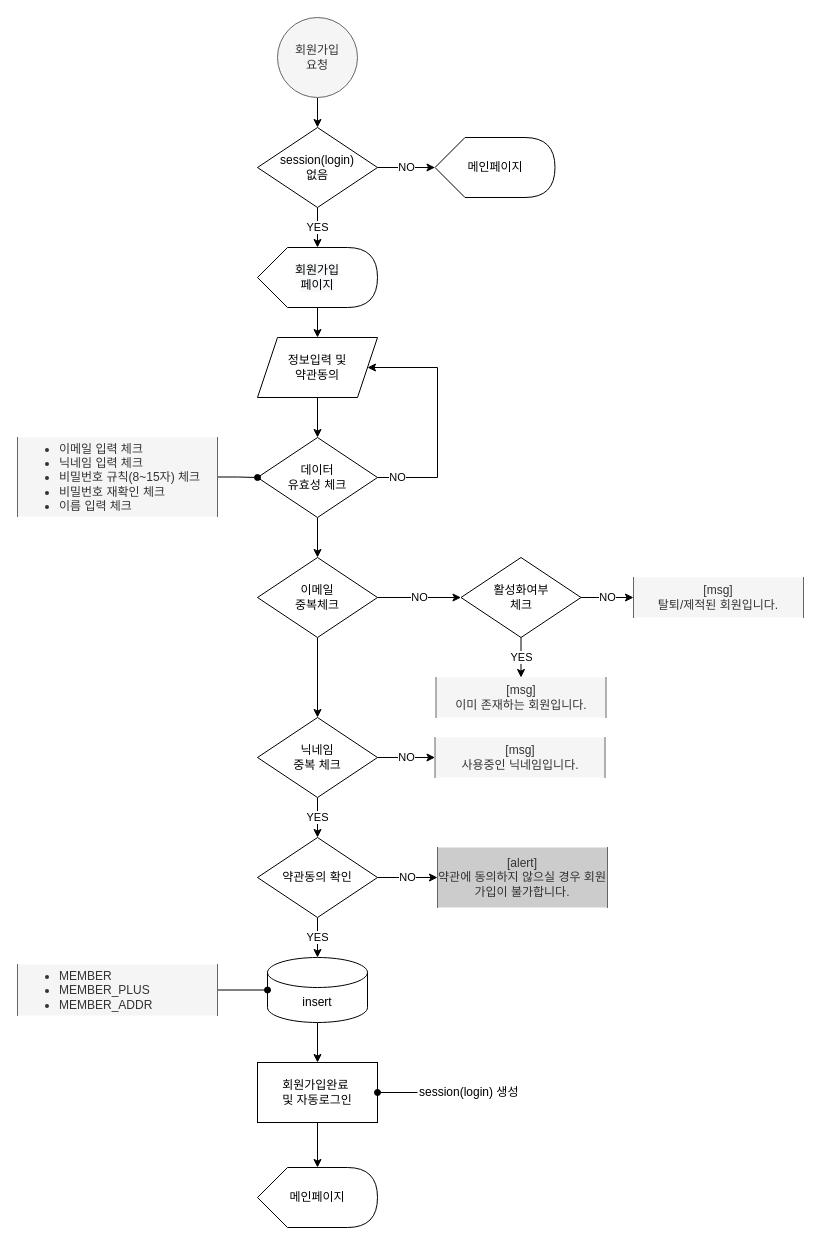
hjkim27/TEAM_Project keeps this draw.io diagram as page "회원가입" (1 of 8) of 설계/데이터흐름도/회원 flowchart(혜진).drawio. Above is the earlier version. Source tidied: cells renumbered, new cells numbered last; positions are measured from the earlier drawing's top-left corner, leaving out a move shared by most shapes. Both pictures are drawn from the tidied source at 100%, with x=0, y=0 at pixel (17, 17).
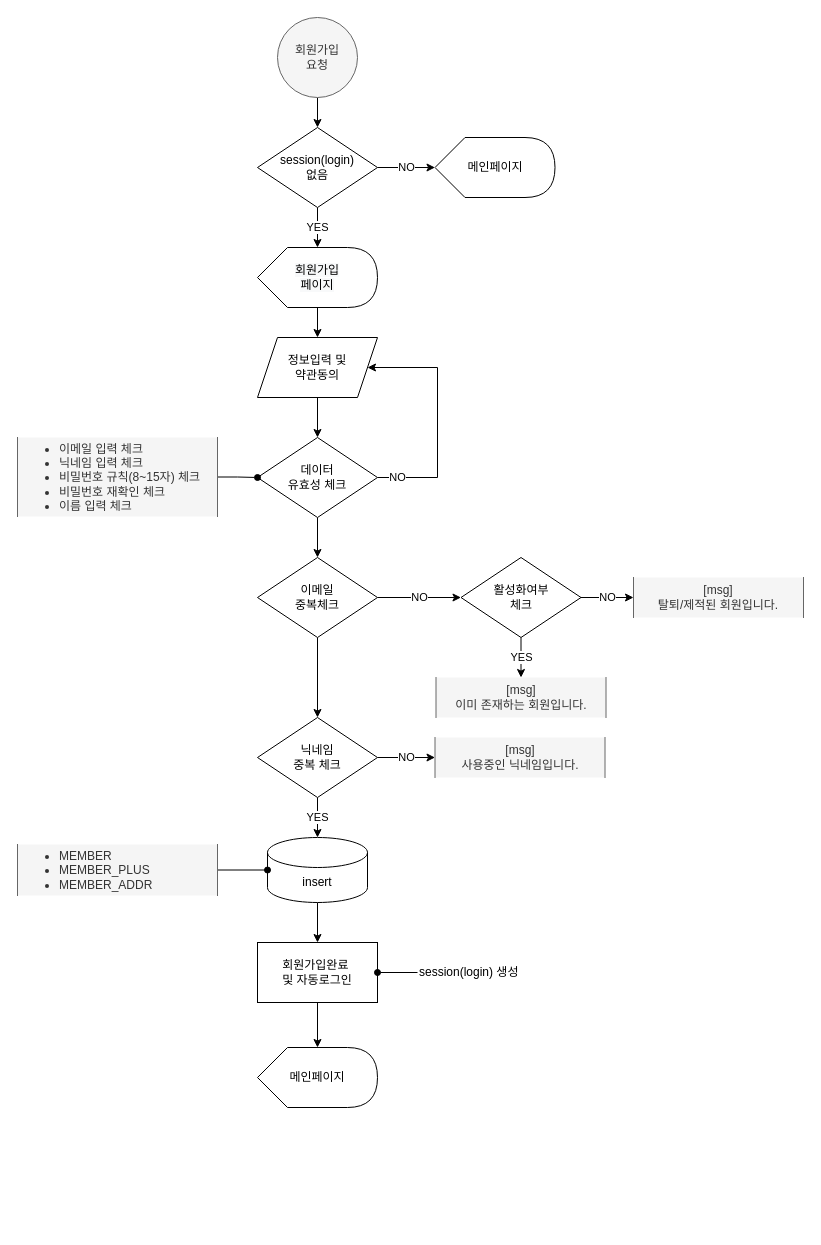
The same page after the edit.

The change refers to these unchanged cells:
```xml
<mxCell id="38" value="닉네임&lt;br&gt;중복 체크" style="rhombus;whiteSpace=wrap;html=1;strokeWidth=1;" parent="1" vertex="1">
  <mxGeometry x="240" y="700" width="120" height="80" as="geometry" />
</mxCell>
```

Change to the diagram source:
```diff
@@
-    <mxCell id="9" value="YES" style="edgeStyle=orthogonalEdgeStyle;rounded=0;jettySize=auto;html=1;" parent="1" edge="1" source="11">
-      <mxGeometry relative="1" as="geometry">
-        <mxPoint x="300" y="940" as="targetPoint" />
-      </mxGeometry>
-    </mxCell>
-    <mxCell id="10" value="NO" style="edgeStyle=orthogonalEdgeStyle;rounded=0;jettySize=auto;html=1;entryX=0;entryY=0.5;entryDx=0;entryDy=0;" parent="1" edge="1" source="11" target="25">
-      <mxGeometry relative="1" as="geometry" />
-    </mxCell>
-    <mxCell id="11" value="약관동의 확인" style="rhombus;whiteSpace=wrap;html=1;strokeWidth=1;" parent="1" vertex="1">
-      <mxGeometry x="240" y="820" width="120" height="80" as="geometry" />
-    </mxCell>
@@
     <mxCell id="13" value="회원가입완료&amp;nbsp;&lt;br&gt;및 자동로그인" style="whiteSpace=wrap;html=1;strokeWidth=1;" parent="1" vertex="1">
-      <mxGeometry x="240" y="1045" width="120" height="60" as="geometry" />
+      <mxGeometry x="240" y="925" width="120" height="60" as="geometry" />
     </mxCell>
@@
     <mxCell id="16" value="메인페이지" style="shape=display;whiteSpace=wrap;html=1;strokeWidth=1;" parent="1" vertex="1">
-      <mxGeometry x="240" y="1150" width="120" height="60" as="geometry" />
+      <mxGeometry x="240" y="1030" width="120" height="60" as="geometry" />
     </mxCell>
@@
     <mxCell id="19" value="insert" style="shape=cylinder3;whiteSpace=wrap;html=1;boundedLbl=1;backgroundOutline=1;size=15;strokeWidth=1;" parent="1" vertex="1">
-      <mxGeometry x="250" y="940" width="100" height="65" as="geometry" />
+      <mxGeometry x="250" y="820" width="100" height="65" as="geometry" />
     </mxCell>
@@
-    <mxCell id="25" value="[alert]&lt;br&gt;약관에 동의하지 않으실 경우 회원가입이 불가합니다." style="shape=partialRectangle;whiteSpace=wrap;html=1;bottom=0;top=0;fillColor=#CCCCCC;align=center;strokeColor=#666666;fontColor=#333333;" parent="1" vertex="1">
-      <mxGeometry x="420" y="830" width="170" height="60" as="geometry" />
-    </mxCell>
@@
     <mxCell id="27" value="&lt;ul&gt;&lt;li&gt;MEMBER&lt;/li&gt;&lt;li&gt;MEMBER_PLUS&lt;/li&gt;&lt;li&gt;MEMBER_ADDR&lt;/li&gt;&lt;/ul&gt;" style="shape=partialRectangle;whiteSpace=wrap;html=1;bottom=0;top=0;fillColor=#f5f5f5;align=left;strokeColor=#666666;fontColor=#333333;" parent="1" vertex="1">
-      <mxGeometry y="947" width="200" height="51" as="geometry" />
+      <mxGeometry y="827" width="200" height="51" as="geometry" />
     </mxCell>
@@
-    <mxCell id="36" value="YES" style="edgeStyle=orthogonalEdgeStyle;rounded=0;jettySize=auto;html=1;exitX=0.5;exitY=1;exitDx=0;exitDy=0;entryX=0.5;entryY=0;entryDx=0;entryDy=0;endArrow=classic;endFill=1;" parent="1" edge="1" source="38" target="11">
-      <mxGeometry relative="1" as="geometry" />
+    <mxCell id="36" value="YES" style="edgeStyle=orthogonalEdgeStyle;rounded=0;jettySize=auto;html=1;exitX=0.5;exitY=1;exitDx=0;exitDy=0;endArrow=classic;endFill=1;" parent="1" edge="1" source="38">
+      <mxGeometry relative="1" as="geometry">
+        <mxPoint x="300" y="820" as="targetPoint" />
+      </mxGeometry>
     </mxCell>
@@
     <mxCell id="41" value="session(login) 생성" style="text;html=1;strokeColor=none;fillColor=none;align=left;verticalAlign=middle;whiteSpace=wrap;rounded=0;" parent="1" vertex="1">
-      <mxGeometry x="400" y="1060" width="220" height="30" as="geometry" />
+      <mxGeometry x="400" y="940" width="220" height="30" as="geometry" />
     </mxCell>
```
